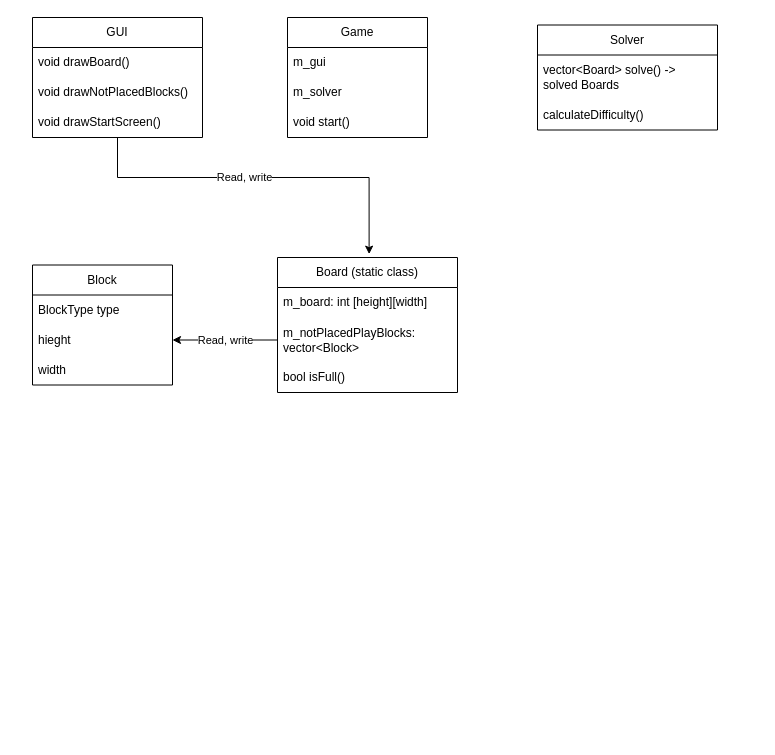
Before: UML-Diagramm.drawio in philippgehrig/Mondrian-Blocks, a draw.io diagram. Source tidied: cells renumbered, new cells numbered last; positions are measured from the earlier drawing's top-left corner, leaving out a move shared by most shapes. Both pictures are drawn from the tidied source at 100%, with x=0, y=0 at pixel (32, 17).
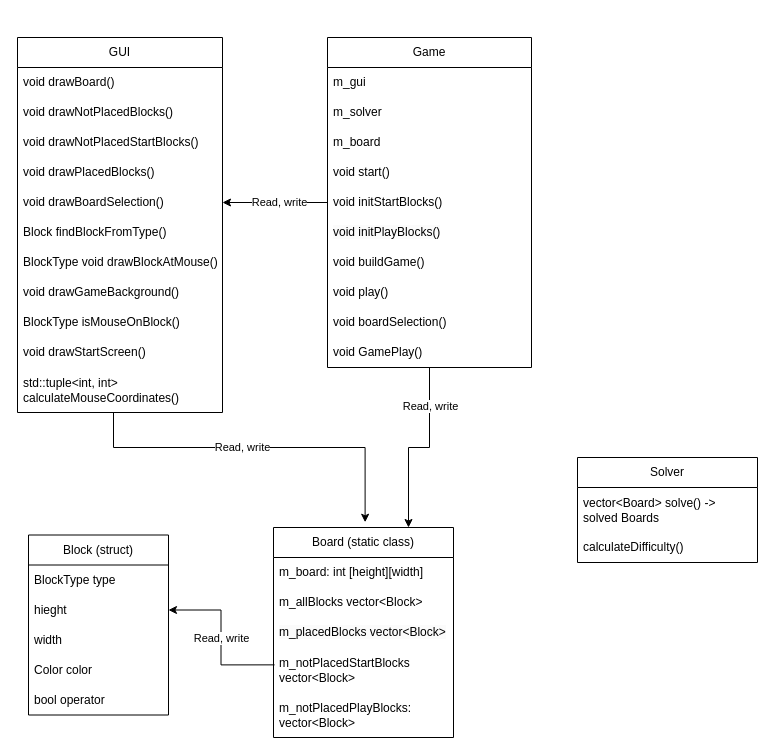
The same diagram, later.

Commit message:
feat: changed UML Diagramm

Unchanged cells that the change refers to:
```xml
<mxCell id="4" value="hieght" style="text;strokeColor=none;fillColor=none;align=left;verticalAlign=middle;spacingLeft=4;spacingRight=4;overflow=hidden;points=[[0,0.5],[1,0.5]];portConstraint=eastwest;whiteSpace=wrap;html=1;" parent="2" vertex="1">
  <mxGeometry y="60" width="140" height="30" as="geometry" />
</mxCell>
```

Diff of the diagram source:
```diff
@@
-    <mxCell id="2" value="Block" style="swimlane;fontStyle=0;horizontal=1;startSize=30;whiteSpace=wrap;html=1;" parent="1" vertex="1">
-      <mxGeometry y="247.5" width="140" height="120" as="geometry" />
+    <mxCell id="2" value="Block (struct)" style="swimlane;fontStyle=0;horizontal=1;startSize=30;whiteSpace=wrap;html=1;" parent="1" vertex="1">
+      <mxGeometry x="-4" y="517.5" width="140" height="180" as="geometry" />
     </mxCell>
@@
+    <mxCell id="25" value="Color color" style="text;strokeColor=none;fillColor=none;align=left;verticalAlign=middle;spacingLeft=4;spacingRight=4;overflow=hidden;whiteSpace=wrap;html=1;" parent="2" vertex="1">
+      <mxGeometry y="120" width="140" height="30" as="geometry" />
+    </mxCell>
+    <mxCell id="26" value="bool operator" style="text;strokeColor=none;fillColor=none;align=left;verticalAlign=middle;spacingLeft=4;spacingRight=4;overflow=hidden;whiteSpace=wrap;html=1;" parent="2" vertex="1">
+      <mxGeometry y="150" width="140" height="30" as="geometry" />
+    </mxCell>
     <mxCell id="6" value="Board (static class)" style="swimlane;fontStyle=0;horizontal=1;startSize=30;whiteSpace=wrap;html=1;" parent="1" vertex="1">
-      <mxGeometry x="245" y="240" width="180" height="135" as="geometry" />
+      <mxGeometry x="241" y="510" width="180" height="210" as="geometry" />
     </mxCell>
@@
+    <mxCell id="27" value="m_allBlocks vector&amp;lt;Block&amp;gt;" style="text;strokeColor=none;fillColor=none;align=left;verticalAlign=middle;spacingLeft=4;spacingRight=4;overflow=hidden;whiteSpace=wrap;html=1;" parent="6" vertex="1">
+      <mxGeometry y="60" width="180" height="30" as="geometry" />
+    </mxCell>
+    <mxCell id="28" value="&lt;span style=&quot;color: rgb(0, 0, 0); font-family: Helvetica; font-size: 12px; font-style: normal; font-variant-ligatures: normal; font-variant-caps: normal; font-weight: 400; letter-spacing: normal; orphans: 2; text-align: left; text-indent: 0px; text-transform: none; widows: 2; word-spacing: 0px; -webkit-text-stroke-width: 0px; background-color: rgb(251, 251, 251); text-decoration-thickness: initial; text-decoration-style: initial; text-decoration-color: initial; float: none; display: inline !important;&quot;&gt;m_placedBlocks vector&amp;lt;Block&amp;gt;&lt;/span&gt;" style="text;strokeColor=none;fillColor=none;align=left;verticalAlign=middle;spacingLeft=4;spacingRight=4;overflow=hidden;whiteSpace=wrap;html=1;" parent="6" vertex="1">
+      <mxGeometry y="90" width="180" height="30" as="geometry" />
+    </mxCell>
+    <mxCell id="29" value="m_notPlacedStartBlocks vector&amp;lt;Block&amp;gt;" style="text;strokeColor=none;fillColor=none;align=left;verticalAlign=middle;spacingLeft=4;spacingRight=4;overflow=hidden;points=[[0,0.5],[1,0.5]];portConstraint=eastwest;whiteSpace=wrap;html=1;" parent="6" vertex="1">
+      <mxGeometry y="120" width="180" height="45" as="geometry" />
+    </mxCell>
     <mxCell id="8" value="m_notPlacedPlayBlocks: vector&amp;lt;Block&amp;gt;" style="text;strokeColor=none;fillColor=none;align=left;verticalAlign=middle;spacingLeft=4;spacingRight=4;overflow=hidden;points=[[0,0.5],[1,0.5]];portConstraint=eastwest;whiteSpace=wrap;html=1;perimeterSpacing=0;" parent="6" vertex="1">
-      <mxGeometry y="60" width="180" height="45" as="geometry" />
+      <mxGeometry y="165" width="180" height="45" as="geometry" />
     </mxCell>
-    <mxCell id="9" value="bool isFull()&amp;nbsp;" style="text;strokeColor=none;fillColor=none;align=left;verticalAlign=middle;spacingLeft=4;spacingRight=4;overflow=hidden;whiteSpace=wrap;html=1;" parent="6" vertex="1">
-      <mxGeometry y="105" width="180" height="30" as="geometry" />
-    </mxCell>
+    <mxCell id="30" style="edgeStyle=orthogonalEdgeStyle;rounded=0;jettySize=auto;html=1;entryX=1;entryY=0.5;entryDx=0;entryDy=0;" parent="1" edge="1" source="10" target="42">
+      <mxGeometry relative="1" as="geometry" />
+    </mxCell>
+    <mxCell id="31" value="Read, write" style="edgeLabel;html=1;align=center;verticalAlign=middle;" parent="30" vertex="1">
+      <mxGeometry x="-0.06" y="-1" relative="1" as="geometry" />
+    </mxCell>
+    <mxCell id="32" style="edgeStyle=orthogonalEdgeStyle;rounded=0;jettySize=auto;html=1;entryX=0.75;entryY=0;entryDx=0;entryDy=0;" parent="1" edge="1" source="10" target="6">
+      <mxGeometry relative="1" as="geometry" />
+    </mxCell>
+    <mxCell id="33" value="Read, write" style="edgeLabel;html=1;align=center;verticalAlign=middle;" parent="32" vertex="1">
+      <mxGeometry x="-0.58" relative="1" as="geometry" />
+    </mxCell>
     <mxCell id="10" value="Game" style="swimlane;fontStyle=0;horizontal=1;startSize=30;whiteSpace=wrap;html=1;" parent="1" vertex="1">
-      <mxGeometry x="255" width="140" height="120" as="geometry" />
+      <mxGeometry x="295" y="20" width="204" height="330" as="geometry" />
     </mxCell>
     <mxCell id="11" value="m_gui" style="text;strokeColor=none;fillColor=none;align=left;verticalAlign=middle;spacingLeft=4;spacingRight=4;overflow=hidden;whiteSpace=wrap;html=1;" parent="10" vertex="1">
-      <mxGeometry y="30" width="140" height="30" as="geometry" />
+      <mxGeometry y="30" width="204" height="30" as="geometry" />
     </mxCell>
     <mxCell id="12" value="m_solver" style="text;strokeColor=none;fillColor=none;align=left;verticalAlign=middle;spacingLeft=4;spacingRight=4;overflow=hidden;whiteSpace=wrap;html=1;" parent="10" vertex="1">
-      <mxGeometry y="60" width="140" height="30" as="geometry" />
+      <mxGeometry y="60" width="204" height="30" as="geometry" />
     </mxCell>
+    <mxCell id="34" value="m_board" style="text;strokeColor=none;fillColor=none;align=left;verticalAlign=middle;spacingLeft=4;spacingRight=4;overflow=hidden;whiteSpace=wrap;html=1;" parent="10" vertex="1">
+      <mxGeometry y="90" width="204" height="30" as="geometry" />
+    </mxCell>
     <mxCell id="13" value="void start()" style="text;strokeColor=none;fillColor=none;align=left;verticalAlign=middle;spacingLeft=4;spacingRight=4;overflow=hidden;whiteSpace=wrap;html=1;" parent="10" vertex="1">
-      <mxGeometry y="90" width="140" height="30" as="geometry" />
+      <mxGeometry y="120" width="204" height="30" as="geometry" />
     </mxCell>
+    <mxCell id="35" value="void initStartBlocks()" style="text;strokeColor=none;fillColor=none;align=left;verticalAlign=middle;spacingLeft=4;spacingRight=4;overflow=hidden;whiteSpace=wrap;html=1;" parent="10" vertex="1">
+      <mxGeometry y="150" width="204" height="30" as="geometry" />
+    </mxCell>
+    <mxCell id="36" value="&lt;span style=&quot;color: rgb(0, 0, 0); font-family: Helvetica; font-size: 12px; font-style: normal; font-variant-ligatures: normal; font-variant-caps: normal; font-weight: 400; letter-spacing: normal; orphans: 2; text-align: left; text-indent: 0px; text-transform: none; widows: 2; word-spacing: 0px; -webkit-text-stroke-width: 0px; background-color: rgb(251, 251, 251); text-decoration-thickness: initial; text-decoration-style: initial; text-decoration-color: initial; float: none; display: inline !important;&quot;&gt;void initPlayBlocks()&lt;/span&gt;" style="text;strokeColor=none;fillColor=none;align=left;verticalAlign=middle;spacingLeft=4;spacingRight=4;overflow=hidden;whiteSpace=wrap;html=1;" parent="10" vertex="1">
+      <mxGeometry y="180" width="204" height="30" as="geometry" />
+    </mxCell>
+    <mxCell id="37" value="void buildGame()" style="text;strokeColor=none;fillColor=none;align=left;verticalAlign=middle;spacingLeft=4;spacingRight=4;overflow=hidden;whiteSpace=wrap;html=1;" parent="10" vertex="1">
+      <mxGeometry y="210" width="204" height="30" as="geometry" />
+    </mxCell>
+    <mxCell id="38" value="void play()" style="text;strokeColor=none;fillColor=none;align=left;verticalAlign=middle;spacingLeft=4;spacingRight=4;overflow=hidden;whiteSpace=wrap;html=1;" parent="10" vertex="1">
+      <mxGeometry y="240" width="204" height="30" as="geometry" />
+    </mxCell>
+    <mxCell id="39" value="void boardSelection()" style="text;strokeColor=none;fillColor=none;align=left;verticalAlign=middle;spacingLeft=4;spacingRight=4;overflow=hidden;whiteSpace=wrap;html=1;" parent="10" vertex="1">
+      <mxGeometry y="270" width="204" height="30" as="geometry" />
+    </mxCell>
+    <mxCell id="40" value="void GamePlay()" style="text;strokeColor=none;fillColor=none;align=left;verticalAlign=middle;spacingLeft=4;spacingRight=4;overflow=hidden;whiteSpace=wrap;html=1;" parent="10" vertex="1">
+      <mxGeometry y="300" width="204" height="30" as="geometry" />
+    </mxCell>
     <mxCell id="14" style="edgeStyle=orthogonalEdgeStyle;rounded=0;jettySize=auto;html=1;entryX=0.509;entryY=-0.025;entryDx=0;entryDy=0;entryPerimeter=0;" parent="1" edge="1" source="16" target="6">
       <mxGeometry relative="1" as="geometry">
         <Array as="points">
-          <mxPoint x="85" y="160" />
-          <mxPoint x="337" y="160" />
+          <mxPoint x="81" y="430" />
+          <mxPoint x="333" y="430" />
         </Array>
       </mxGeometry>
     </mxCell>
@@
     <mxCell id="16" value="GUI" style="swimlane;fontStyle=0;horizontal=1;startSize=30;whiteSpace=wrap;html=1;" parent="1" vertex="1">
-      <mxGeometry width="170" height="120" as="geometry" />
+      <mxGeometry x="-15" y="20" width="205" height="375" as="geometry" />
     </mxCell>
     <mxCell id="17" value="void drawBoard()" style="text;strokeColor=none;fillColor=none;align=left;verticalAlign=middle;spacingLeft=4;spacingRight=4;overflow=hidden;whiteSpace=wrap;html=1;" parent="16" vertex="1">
-      <mxGeometry y="30" width="170" height="30" as="geometry" />
+      <mxGeometry y="30" width="205" height="30" as="geometry" />
     </mxCell>
     <mxCell id="18" value="void drawNotPlacedBlocks()" style="text;strokeColor=none;fillColor=none;align=left;verticalAlign=middle;spacingLeft=4;spacingRight=4;overflow=hidden;whiteSpace=wrap;html=1;" parent="16" vertex="1">
-      <mxGeometry y="60" width="170" height="30" as="geometry" />
+      <mxGeometry y="60" width="205" height="30" as="geometry" />
     </mxCell>
-    <mxCell id="19" value="void drawStartScreen()" style="text;strokeColor=none;fillColor=none;align=left;verticalAlign=middle;spacingLeft=4;spacingRight=4;overflow=hidden;whiteSpace=wrap;html=1;" parent="16" vertex="1">
-      <mxGeometry y="90" width="170" height="30" as="geometry" />
+    <mxCell id="19" value="void&amp;nbsp;drawNotPlacedStartBlocks&lt;span style=&quot;background-color: initial;&quot;&gt;()&lt;/span&gt;" style="text;strokeColor=none;fillColor=none;align=left;verticalAlign=middle;spacingLeft=4;spacingRight=4;overflow=hidden;whiteSpace=wrap;html=1;" parent="16" vertex="1">
+      <mxGeometry y="90" width="205" height="30" as="geometry" />
     </mxCell>
+    <mxCell id="41" value="void&amp;nbsp;drawPlacedBlocks()" style="text;strokeColor=none;fillColor=none;align=left;verticalAlign=middle;spacingLeft=4;spacingRight=4;overflow=hidden;whiteSpace=wrap;html=1;" parent="16" vertex="1">
+      <mxGeometry y="120" width="205" height="30" as="geometry" />
+    </mxCell>
+    <mxCell id="42" value="void&amp;nbsp;drawBoardSelection()" style="text;strokeColor=none;fillColor=none;align=left;verticalAlign=middle;spacingLeft=4;spacingRight=4;overflow=hidden;points=[[0,0.5],[1,0.5]];portConstraint=eastwest;whiteSpace=wrap;html=1;" parent="16" vertex="1">
+      <mxGeometry y="150" width="205" height="30" as="geometry" />
+    </mxCell>
+    <mxCell id="43" value="Block&amp;nbsp;findBlockFromType()" style="text;strokeColor=none;fillColor=none;align=left;verticalAlign=middle;spacingLeft=4;spacingRight=4;overflow=hidden;whiteSpace=wrap;html=1;" parent="16" vertex="1">
+      <mxGeometry y="180" width="205" height="30" as="geometry" />
+    </mxCell>
+    <mxCell id="44" value="BlockType void&amp;nbsp;drawBlockAtMouse()" style="text;strokeColor=none;fillColor=none;align=left;verticalAlign=middle;spacingLeft=4;spacingRight=4;overflow=hidden;whiteSpace=wrap;html=1;" parent="16" vertex="1">
+      <mxGeometry y="210" width="205" height="30" as="geometry" />
+    </mxCell>
+    <mxCell id="45" value="void drawGameBackground()" style="text;strokeColor=none;fillColor=none;align=left;verticalAlign=middle;spacingLeft=4;spacingRight=4;overflow=hidden;whiteSpace=wrap;html=1;" parent="16" vertex="1">
+      <mxGeometry y="240" width="205" height="30" as="geometry" />
+    </mxCell>
+    <mxCell id="46" value="BlockType isMouseOnBlock()" style="text;strokeColor=none;fillColor=none;align=left;verticalAlign=middle;spacingLeft=4;spacingRight=4;overflow=hidden;whiteSpace=wrap;html=1;" parent="16" vertex="1">
+      <mxGeometry y="270" width="205" height="30" as="geometry" />
+    </mxCell>
+    <mxCell id="47" value="void drawStartScreen()" style="text;strokeColor=none;fillColor=none;align=left;verticalAlign=middle;spacingLeft=4;spacingRight=4;overflow=hidden;whiteSpace=wrap;html=1;" parent="16" vertex="1">
+      <mxGeometry y="300" width="205" height="30" as="geometry" />
+    </mxCell>
+    <mxCell id="48" value="std::tuple&amp;lt;int, int&amp;gt; calculateMouseCoordinates()" style="text;strokeColor=none;fillColor=none;align=left;verticalAlign=middle;spacingLeft=4;spacingRight=4;overflow=hidden;whiteSpace=wrap;html=1;" parent="16" vertex="1">
+      <mxGeometry y="330" width="205" height="45" as="geometry" />
+    </mxCell>
     <mxCell id="20" value="Solver" style="swimlane;fontStyle=0;horizontal=1;startSize=30;whiteSpace=wrap;html=1;" parent="1" vertex="1">
-      <mxGeometry x="505" y="7.5" width="180" height="105" as="geometry" />
+      <mxGeometry x="545" y="440" width="180" height="105" as="geometry" />
     </mxCell>
@@
-    <mxCell id="23" style="edgeStyle=orthogonalEdgeStyle;rounded=0;jettySize=auto;html=1;exitX=0;exitY=0.5;exitDx=0;exitDy=0;entryX=1;entryY=0.5;entryDx=0;entryDy=0;" parent="1" edge="1" source="8" target="4">
+    <mxCell id="23" style="edgeStyle=orthogonalEdgeStyle;rounded=0;jettySize=auto;html=1;exitX=0.006;exitY=0.386;exitDx=0;exitDy=0;entryX=1;entryY=0.5;entryDx=0;entryDy=0;exitPerimeter=0;" parent="1" edge="1" source="29" target="4">
       <mxGeometry relative="1" as="geometry" />
     </mxCell>
```
